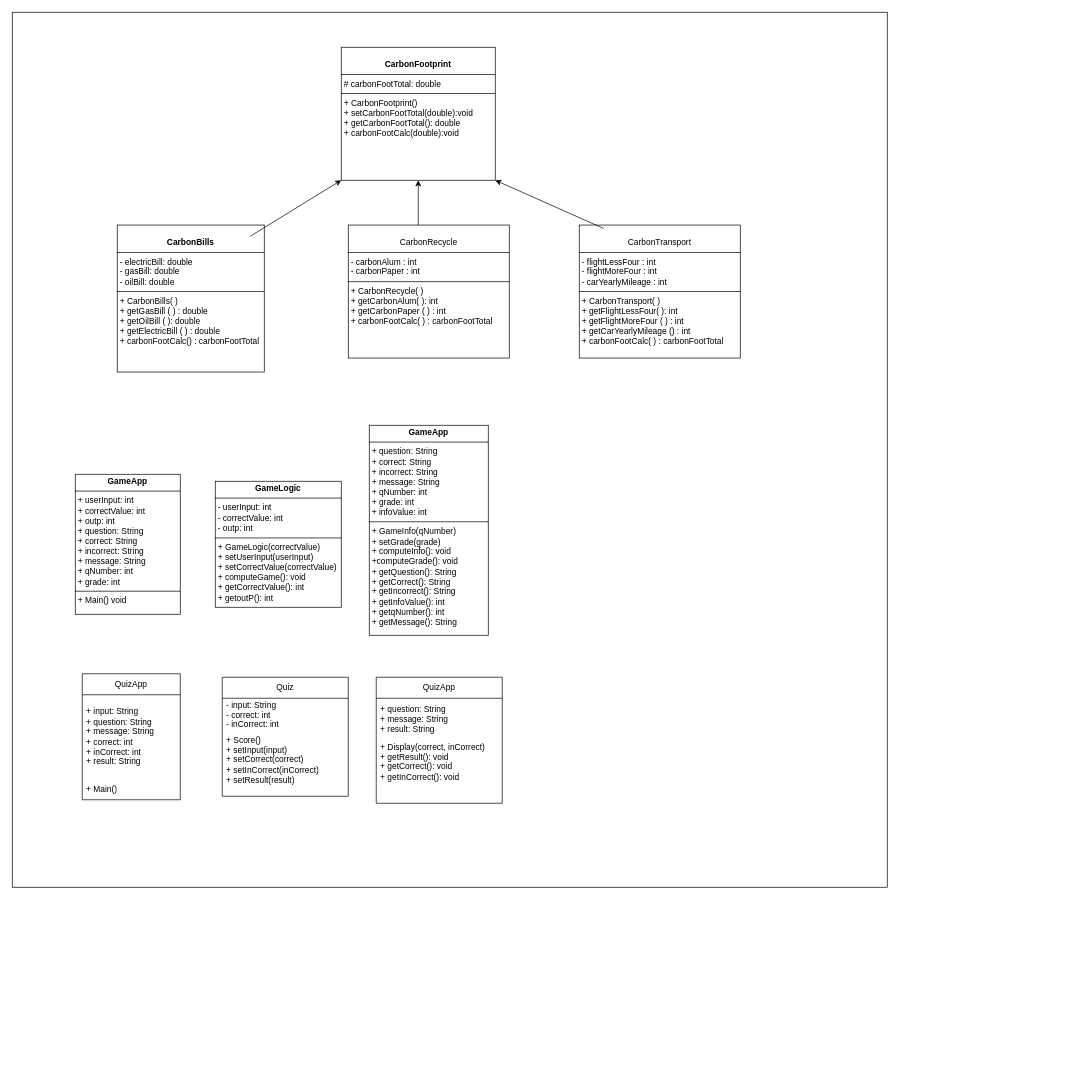
Before: ClassDiagram.drawio in JordanTheCodeless/OOP_SDG_CA, a draw.io diagram. Source tidied: cells renumbered, new cells numbered last; positions are measured from the earlier drawing's top-left corner, leaving out a move shared by most shapes. Both pictures are drawn from the tidied source at 70%, with x=0, y=0 at pixel (12, 12).
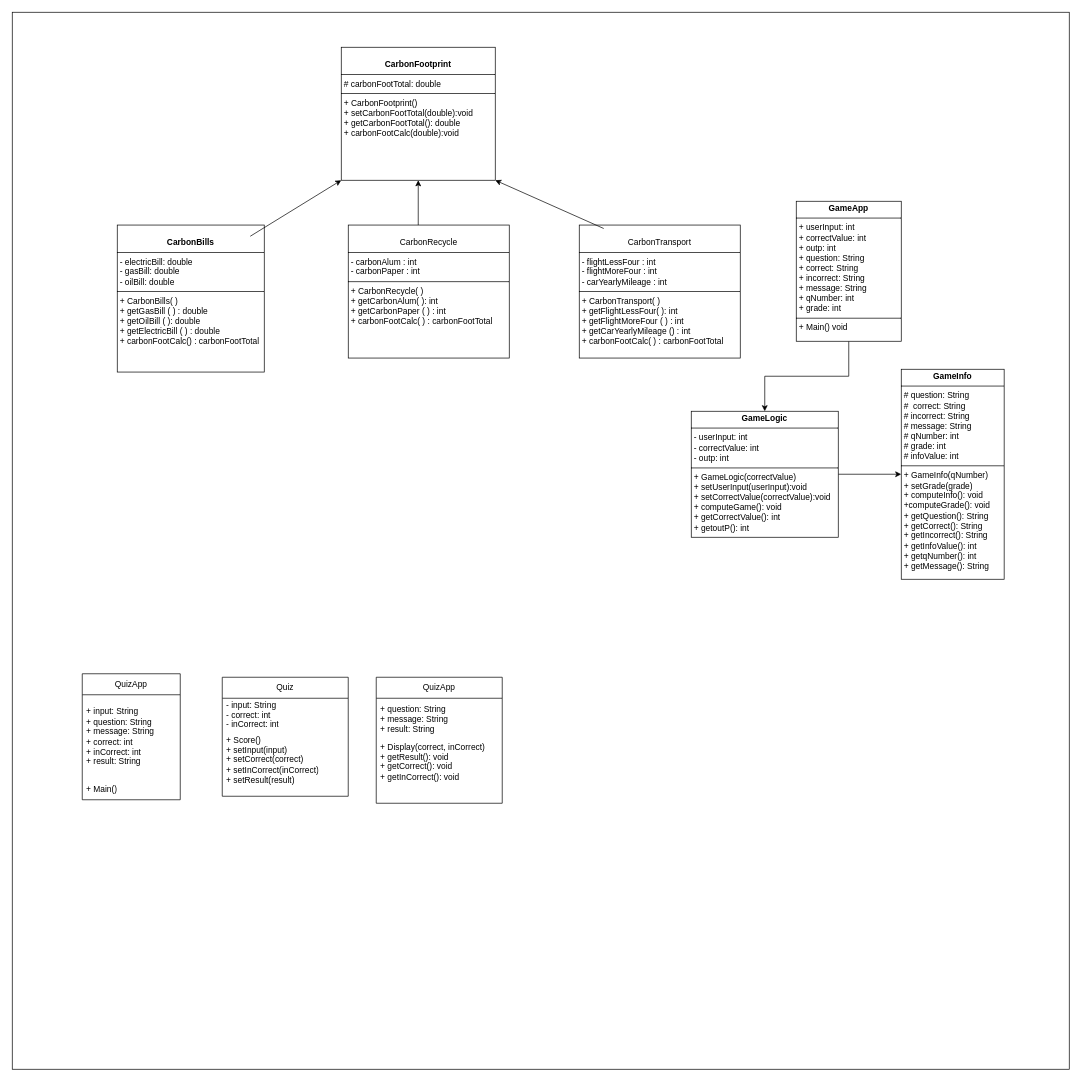
After the change.

Commit message:
Small diagram changes André

The edit, as a diff of the source:
```diff
@@
     <mxCell id="2" style="whiteSpace=wrap;html=1;" parent="1" vertex="1">
-      <mxGeometry width="1250" height="1250" as="geometry" />
+      <mxGeometry width="1510" height="1510" as="geometry" />
     </mxCell>
@@
+    <mxCell id="23" style="edgeStyle=orthogonalEdgeStyle;rounded=0;jettySize=auto;html=1;exitX=0.5;exitY=1;exitDx=0;exitDy=0;" parent="1" edge="1" source="6" target="7">
+      <mxGeometry relative="1" as="geometry" />
+    </mxCell>
     <mxCell id="6" value="&lt;p style=&quot;margin:0px;margin-top:4px;text-align:center;&quot;&gt;&lt;b&gt;GameApp&lt;/b&gt;&lt;/p&gt;&lt;hr size=&quot;1&quot; style=&quot;border-style:solid;&quot;&gt;&lt;p style=&quot;margin:0px;margin-left:4px;&quot;&gt;+ userInput: int&lt;/p&gt;&lt;p style=&quot;margin:0px;margin-left:4px;&quot;&gt;+ correctValue: int&lt;/p&gt;&lt;p style=&quot;margin:0px;margin-left:4px;&quot;&gt;+ outp: int&lt;/p&gt;&lt;p style=&quot;margin:0px;margin-left:4px;&quot;&gt;+ question: String&amp;nbsp;&lt;/p&gt;&lt;p style=&quot;margin:0px;margin-left:4px;&quot;&gt;+ correct: String&amp;nbsp;&lt;/p&gt;&lt;p style=&quot;margin:0px;margin-left:4px;&quot;&gt;+ incorrect: String&lt;/p&gt;&lt;p style=&quot;margin:0px;margin-left:4px;&quot;&gt;+ message: String&lt;/p&gt;&lt;p style=&quot;margin:0px;margin-left:4px;&quot;&gt;+ qNumber: int&lt;/p&gt;&lt;p style=&quot;margin:0px;margin-left:4px;&quot;&gt;+ grade: int&lt;/p&gt;&lt;hr size=&quot;1&quot; style=&quot;border-style:solid;&quot;&gt;&lt;p style=&quot;margin:0px;margin-left:4px;&quot;&gt;+ Main() void&lt;/p&gt;" style="verticalAlign=top;align=left;overflow=fill;html=1;whiteSpace=wrap;" parent="1" vertex="1">
-      <mxGeometry x="90" y="660" width="150" height="200" as="geometry" />
+      <mxGeometry x="1120" y="270" width="150" height="200" as="geometry" />
     </mxCell>
+    <mxCell id="24" style="edgeStyle=orthogonalEdgeStyle;rounded=0;jettySize=auto;html=1;exitX=1;exitY=0.5;exitDx=0;exitDy=0;entryX=0;entryY=0.5;entryDx=0;entryDy=0;" parent="1" edge="1" source="7" target="9">
+      <mxGeometry relative="1" as="geometry" />
+    </mxCell>
-    <mxCell id="7" value="&lt;p style=&quot;margin:0px;margin-top:4px;text-align:center;&quot;&gt;&lt;b&gt;GameLogic&lt;/b&gt;&lt;/p&gt;&lt;hr size=&quot;1&quot; style=&quot;border-style:solid;&quot;&gt;&lt;p style=&quot;margin: 0px 0px 0px 4px;&quot;&gt;- userInput: int&lt;/p&gt;&lt;p style=&quot;margin: 0px 0px 0px 4px;&quot;&gt;- correctValue: int&lt;/p&gt;&lt;p style=&quot;margin: 0px 0px 0px 4px;&quot;&gt;- outp: int&lt;/p&gt;&lt;hr size=&quot;1&quot; style=&quot;border-style:solid;&quot;&gt;&lt;p style=&quot;margin:0px;margin-left:4px;&quot;&gt;+ GameLogic(correctValue)&lt;/p&gt;&lt;p style=&quot;margin:0px;margin-left:4px;&quot;&gt;+ setUserInput(userInput)&lt;/p&gt;&lt;p style=&quot;margin:0px;margin-left:4px;&quot;&gt;+ setCorrectValue(correctValue)&lt;/p&gt;&lt;p style=&quot;margin:0px;margin-left:4px;&quot;&gt;+ computeGame(): void&lt;/p&gt;&lt;p style=&quot;margin:0px;margin-left:4px;&quot;&gt;+ getCorrectValue(): int&lt;/p&gt;&lt;p style=&quot;margin:0px;margin-left:4px;&quot;&gt;+ getoutP(): int&lt;/p&gt;" style="verticalAlign=top;align=left;overflow=fill;html=1;whiteSpace=wrap;" parent="1" vertex="1">
-      <mxGeometry x="290" y="670" width="180" height="180" as="geometry" />
+    <mxCell id="7" value="&lt;p style=&quot;margin:0px;margin-top:4px;text-align:center;&quot;&gt;&lt;b&gt;GameLogic&lt;/b&gt;&lt;/p&gt;&lt;hr size=&quot;1&quot; style=&quot;border-style:solid;&quot;&gt;&lt;p style=&quot;margin: 0px 0px 0px 4px;&quot;&gt;- userInput: int&lt;/p&gt;&lt;p style=&quot;margin: 0px 0px 0px 4px;&quot;&gt;- correctValue: int&lt;/p&gt;&lt;p style=&quot;margin: 0px 0px 0px 4px;&quot;&gt;- outp: int&lt;/p&gt;&lt;hr size=&quot;1&quot; style=&quot;border-style:solid;&quot;&gt;&lt;p style=&quot;margin:0px;margin-left:4px;&quot;&gt;+ GameLogic(correctValue)&lt;/p&gt;&lt;p style=&quot;margin:0px;margin-left:4px;&quot;&gt;+ setUserInput(userInput):void&lt;/p&gt;&lt;p style=&quot;margin:0px;margin-left:4px;&quot;&gt;+ setCorrectValue(correctValue):void&lt;/p&gt;&lt;p style=&quot;margin:0px;margin-left:4px;&quot;&gt;+ computeGame(): void&lt;/p&gt;&lt;p style=&quot;margin:0px;margin-left:4px;&quot;&gt;+ getCorrectValue(): int&lt;/p&gt;&lt;p style=&quot;margin:0px;margin-left:4px;&quot;&gt;+ getoutP(): int&lt;/p&gt;" style="verticalAlign=top;align=left;overflow=fill;html=1;whiteSpace=wrap;" parent="1" vertex="1">
+      <mxGeometry x="970" y="570" width="210" height="180" as="geometry" />
     </mxCell>
@@
-    <mxCell id="9" value="&lt;p style=&quot;margin:0px;margin-top:4px;text-align:center;&quot;&gt;&lt;b&gt;GameApp&lt;/b&gt;&lt;/p&gt;&lt;hr size=&quot;1&quot; style=&quot;border-style:solid;&quot;&gt;&lt;p style=&quot;margin:0px;margin-left:4px;&quot;&gt;&lt;span style=&quot;background-color: initial;&quot;&gt;+ question: String&amp;nbsp;&lt;/span&gt;&lt;br&gt;&lt;/p&gt;&lt;p style=&quot;margin:0px;margin-left:4px;&quot;&gt;+ correct: String&amp;nbsp;&lt;/p&gt;&lt;p style=&quot;margin:0px;margin-left:4px;&quot;&gt;+ incorrect: String&lt;/p&gt;&lt;p style=&quot;margin:0px;margin-left:4px;&quot;&gt;+ message: String&lt;/p&gt;&lt;p style=&quot;margin:0px;margin-left:4px;&quot;&gt;+ qNumber: int&lt;/p&gt;&lt;p style=&quot;margin:0px;margin-left:4px;&quot;&gt;+ grade: int&lt;/p&gt;&lt;p style=&quot;margin:0px;margin-left:4px;&quot;&gt;+ infoValue: int&lt;/p&gt;&lt;hr size=&quot;1&quot; style=&quot;border-style:solid;&quot;&gt;&lt;p style=&quot;margin:0px;margin-left:4px;&quot;&gt;+ GameInfo(qNumber)&lt;/p&gt;&lt;p style=&quot;margin:0px;margin-left:4px;&quot;&gt;+ setGrade(grade)&lt;/p&gt;&lt;p style=&quot;margin:0px;margin-left:4px;&quot;&gt;+ computeInfo(): void&lt;/p&gt;&lt;p style=&quot;margin:0px;margin-left:4px;&quot;&gt;+computeGrade(): void&lt;/p&gt;&lt;p style=&quot;margin:0px;margin-left:4px;&quot;&gt;+ getQuestion(): String&lt;/p&gt;&lt;p style=&quot;margin:0px;margin-left:4px;&quot;&gt;+ getCorrect(): String&lt;/p&gt;&lt;p style=&quot;margin:0px;margin-left:4px;&quot;&gt;+ getIncorrect(): String&lt;/p&gt;&lt;p style=&quot;margin:0px;margin-left:4px;&quot;&gt;+ getInfoValue(): int&lt;/p&gt;&lt;p style=&quot;margin:0px;margin-left:4px;&quot;&gt;+ getqNumber(): int&lt;/p&gt;&lt;p style=&quot;margin:0px;margin-left:4px;&quot;&gt;+ getMessage(): String&lt;/p&gt;" style="verticalAlign=top;align=left;overflow=fill;html=1;whiteSpace=wrap;" parent="1" vertex="1">
-      <mxGeometry x="510" y="590" width="170" height="300" as="geometry" />
+    <mxCell id="9" value="&lt;p style=&quot;margin:0px;margin-top:4px;text-align:center;&quot;&gt;&lt;b&gt;GameInfo&lt;/b&gt;&lt;/p&gt;&lt;hr size=&quot;1&quot; style=&quot;border-style:solid;&quot;&gt;&lt;p style=&quot;margin:0px;margin-left:4px;&quot;&gt;&lt;span style=&quot;background-color: initial;&quot;&gt;# question: String&amp;nbsp;&lt;/span&gt;&lt;br&gt;&lt;/p&gt;&lt;p style=&quot;margin:0px;margin-left:4px;&quot;&gt;#&amp;nbsp; correct: String&amp;nbsp;&lt;/p&gt;&lt;p style=&quot;margin:0px;margin-left:4px;&quot;&gt;# incorrect: String&lt;/p&gt;&lt;p style=&quot;margin:0px;margin-left:4px;&quot;&gt;# message: String&lt;/p&gt;&lt;p style=&quot;margin:0px;margin-left:4px;&quot;&gt;&lt;span style=&quot;background-color: initial;&quot;&gt;# qNumber: int&lt;/span&gt;&lt;/p&gt;&lt;p style=&quot;margin:0px;margin-left:4px;&quot;&gt;# grade: int&lt;/p&gt;&lt;p style=&quot;margin:0px;margin-left:4px;&quot;&gt;# infoValue: int&lt;/p&gt;&lt;hr size=&quot;1&quot; style=&quot;border-style:solid;&quot;&gt;&lt;p style=&quot;margin:0px;margin-left:4px;&quot;&gt;+ GameInfo(qNumber)&lt;/p&gt;&lt;p style=&quot;margin:0px;margin-left:4px;&quot;&gt;+ setGrade(grade)&lt;/p&gt;&lt;p style=&quot;margin:0px;margin-left:4px;&quot;&gt;+ computeInfo(): void&lt;/p&gt;&lt;p style=&quot;margin:0px;margin-left:4px;&quot;&gt;+computeGrade(): void&lt;/p&gt;&lt;p style=&quot;margin:0px;margin-left:4px;&quot;&gt;+ getQuestion(): String&lt;/p&gt;&lt;p style=&quot;margin:0px;margin-left:4px;&quot;&gt;+ getCorrect(): String&lt;/p&gt;&lt;p style=&quot;margin:0px;margin-left:4px;&quot;&gt;+ getIncorrect(): String&lt;/p&gt;&lt;p style=&quot;margin:0px;margin-left:4px;&quot;&gt;+ getInfoValue(): int&lt;/p&gt;&lt;p style=&quot;margin:0px;margin-left:4px;&quot;&gt;+ getqNumber(): int&lt;/p&gt;&lt;p style=&quot;margin:0px;margin-left:4px;&quot;&gt;+ getMessage(): String&lt;/p&gt;" style="verticalAlign=top;align=left;overflow=fill;html=1;whiteSpace=wrap;" parent="1" vertex="1">
+      <mxGeometry x="1270" y="510" width="147" height="300" as="geometry" />
     </mxCell>
```
